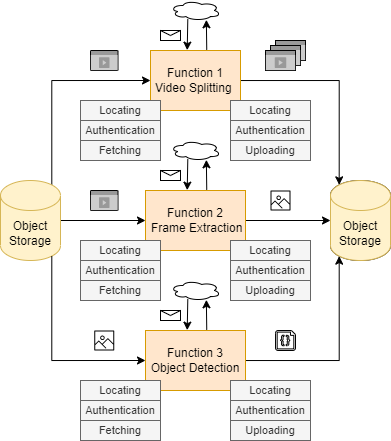
This is doc/diagrams/scn/scn_faas.dio.png from hpcclab/OaaS, a draw.io export, as it was before one commit. Source tidied: cells renumbered, new cells last; positions are measured from the earlier drawing's top-left corner, leaving out a move shared by most shapes.
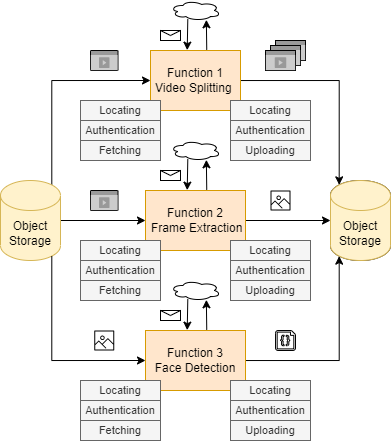
After the commit.

What changed in the source:
```diff
@@ -48,7 +48,7 @@
     <mxCell id="15" style="edgeStyle=orthogonalEdgeStyle;rounded=0;jettySize=auto;html=1;entryX=0.145;entryY=1;entryDx=0;entryDy=-4.35;entryPerimeter=0;" parent="1" edge="1" source="16" target="51">
       <mxGeometry relative="1" as="geometry" />
     </mxCell>
-    <mxCell id="16" value="Function&amp;nbsp;3&lt;br&gt;Object Detection" style="rounded=0;whiteSpace=wrap;html=1;fillColor=#ffe6cc;strokeColor=#d79b00;" parent="1" vertex="1">
+    <mxCell id="16" value="Function&amp;nbsp;3&lt;br&gt;Face Detection" style="rounded=0;whiteSpace=wrap;html=1;fillColor=#ffe6cc;strokeColor=#d79b00;" parent="1" vertex="1">
       <mxGeometry x="145" y="330" width="100" height="60" as="geometry" />
     </mxCell>
     <mxCell id="17" style="edgeStyle=orthogonalEdgeStyle;rounded=0;jettySize=auto;html=1;entryX=0;entryY=0.5;entryDx=0;entryDy=0;exitX=0.855;exitY=1;exitDx=0;exitDy=-4.35;exitPerimeter=0;" parent="1" edge="1" source="12" target="16">
```
